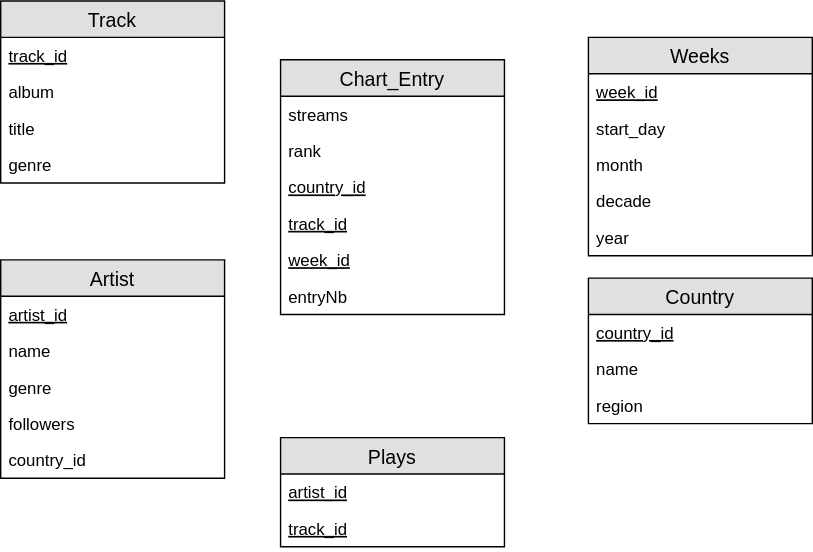
The draw.io diagram figures/ER1.svg in AlexChanson/DW, before a commit. Source tidied: cells renumbered, new cells last; positions are measured from the earlier drawing's top-left corner, leaving out a move shared by most shapes.
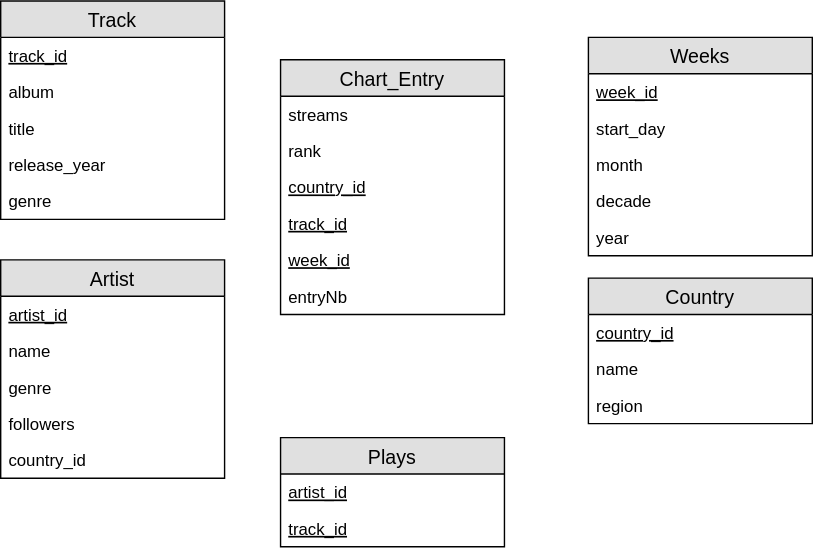
The same diagram one commit later.

Diff of the diagram source:
```diff
@@ -24,7 +24,7 @@
       <mxGeometry y="156" width="160" height="26" as="geometry" />
     </mxCell>
     <mxCell id="9" value="Track" style="swimlane;fontStyle=0;horizontal=1;startSize=26;fillColor=#e0e0e0;swimlaneFillColor=#ffffff;align=center;fontSize=14;" parent="1" vertex="1">
-      <mxGeometry width="160" height="130" as="geometry" />
+      <mxGeometry width="160" height="156" as="geometry" />
     </mxCell>
     <mxCell id="10" value="track_id" style="text;strokeColor=none;fillColor=none;spacingLeft=4;spacingRight=4;overflow=hidden;fontSize=12;fontStyle=4;" parent="9" vertex="1">
       <mxGeometry y="26" width="160" height="26" as="geometry" />
@@ -35,8 +35,11 @@
     <mxCell id="12" value="title" style="text;strokeColor=none;fillColor=none;spacingLeft=4;spacingRight=4;overflow=hidden;fontSize=12;fontFamily=Helvetica;fontColor=#000000;align=left;gradientColor=none;" parent="9" vertex="1">
       <mxGeometry y="78" width="160" height="26" as="geometry" />
     </mxCell>
+    <mxCell id="33" value="release_year" style="text;strokeColor=none;fillColor=none;spacingLeft=4;spacingRight=4;overflow=hidden;fontSize=12;" parent="9" vertex="1">
+      <mxGeometry y="104" width="160" height="26" as="geometry" />
+    </mxCell>
     <mxCell id="13" value="genre" style="text;strokeColor=none;fillColor=none;spacingLeft=4;spacingRight=4;overflow=hidden;fontSize=12;" parent="9" vertex="1">
-      <mxGeometry y="104" width="160" height="26" as="geometry" />
+      <mxGeometry y="130" width="160" height="26" as="geometry" />
     </mxCell>
     <mxCell id="14" value="Artist" style="swimlane;fontStyle=0;horizontal=1;startSize=26;fillColor=#e0e0e0;swimlaneFillColor=#ffffff;align=center;fontSize=14;" parent="1" vertex="1">
       <mxGeometry y="185" width="160" height="156" as="geometry" />
```
